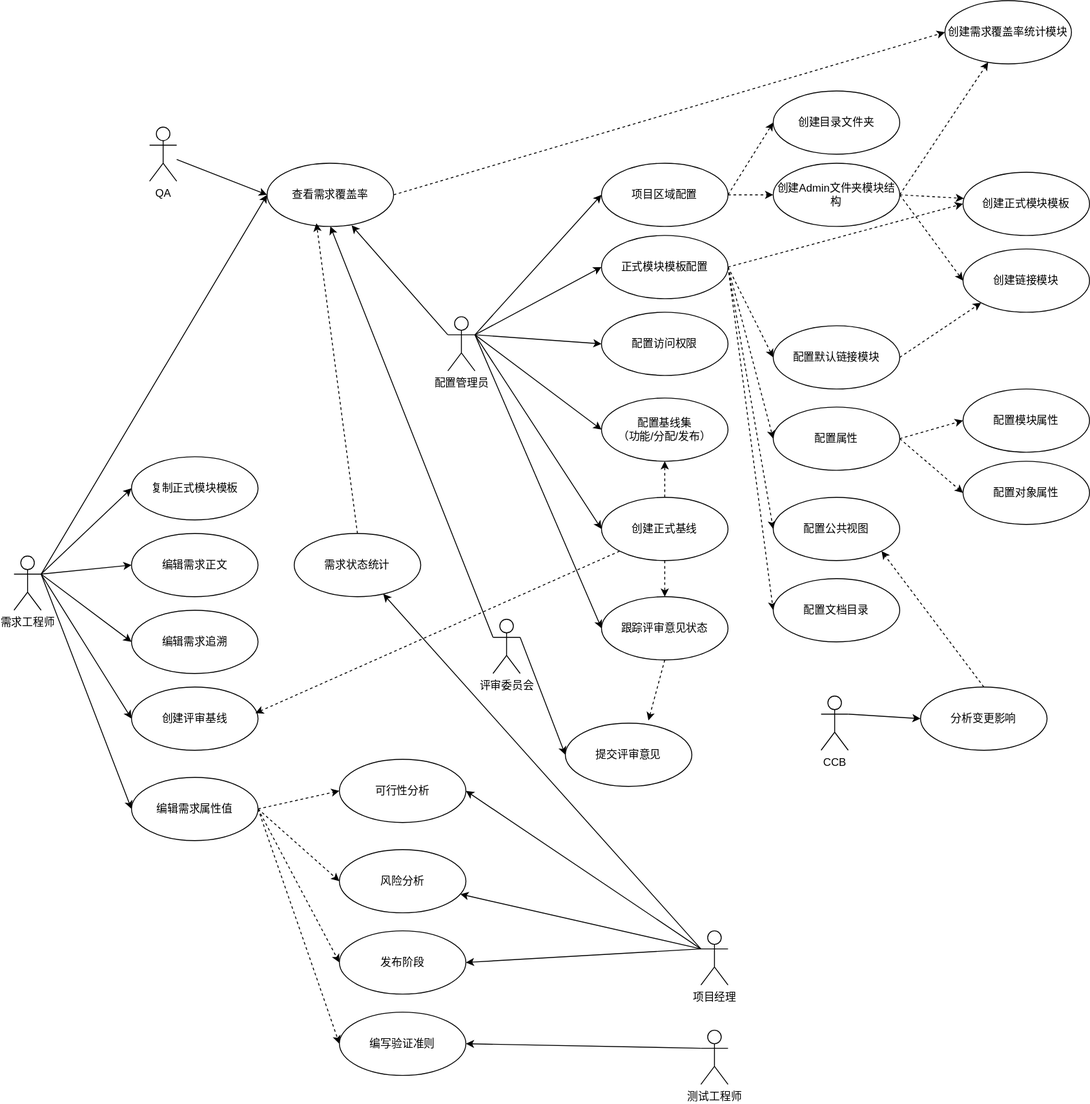
Before: UseCase.drawio.svg, a diagram exported from draw.io (Zeyue/DXL-Coverage). Source tidied: cells renumbered, new cells last; positions are measured from the earlier drawing's top-left corner, leaving out a move shared by most shapes.
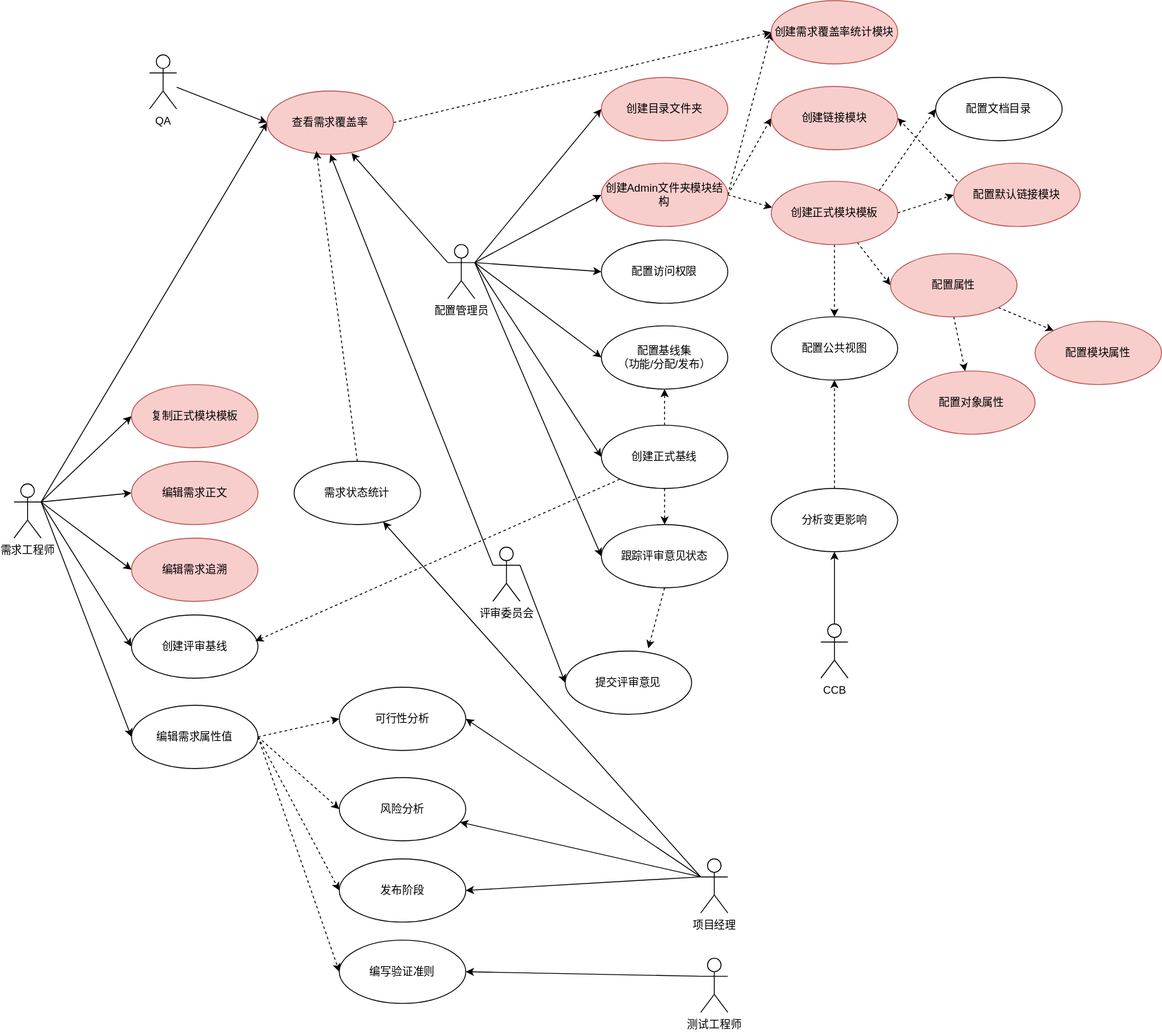
The same diagram one commit later.

Commit message:
更新未考虑“发布阶段”的概念设计图

The edit, as a diff of the source:
```diff
@@ -2,21 +2,9 @@
   <root>
     <mxCell id="0" />
     <mxCell id="1" parent="0" />
-    <mxCell id="2" style="edgeStyle=none;html=1;exitX=1;exitY=0.5;exitDx=0;exitDy=0;entryX=0;entryY=0.5;entryDx=0;entryDy=0;dashed=1;" parent="1" edge="1" source="4" target="13">
-      <mxGeometry relative="1" as="geometry" />
-    </mxCell>
-    <mxCell id="3" style="edgeStyle=none;html=1;exitX=1;exitY=0.5;exitDx=0;exitDy=0;entryX=0;entryY=0.5;entryDx=0;entryDy=0;dashed=1;" parent="1" edge="1" source="4" target="17">
-      <mxGeometry relative="1" as="geometry" />
-    </mxCell>
-    <mxCell id="4" value="项目区域配置" style="ellipse;whiteSpace=wrap;html=1;" parent="1" vertex="1">
-      <mxGeometry x="650" y="180" width="140" height="70" as="geometry" />
-    </mxCell>
-    <mxCell id="5" style="edgeStyle=none;html=1;exitX=1;exitY=0.3333333333333333;exitDx=0;exitDy=0;exitPerimeter=0;entryX=0;entryY=0.5;entryDx=0;entryDy=0;" parent="1" edge="1" source="12" target="4">
+    <mxCell id="5" style="edgeStyle=none;html=1;exitX=1;exitY=0.3333333333333333;exitDx=0;exitDy=0;exitPerimeter=0;entryX=0;entryY=0.5;entryDx=0;entryDy=0;" parent="1" edge="1" source="12" target="13">
       <mxGeometry relative="1" as="geometry" />
     </mxCell>
-    <mxCell id="6" style="edgeStyle=none;html=1;exitX=1;exitY=0.3333333333333333;exitDx=0;exitDy=0;exitPerimeter=0;entryX=0;entryY=0.5;entryDx=0;entryDy=0;" parent="1" edge="1" source="12" target="23">
-      <mxGeometry relative="1" as="geometry" />
-    </mxCell>
     <mxCell id="7" style="edgeStyle=none;html=1;exitX=1;exitY=0.3333333333333333;exitDx=0;exitDy=0;exitPerimeter=0;entryX=0;entryY=0.5;entryDx=0;entryDy=0;" parent="1" edge="1" source="12" target="36">
       <mxGeometry relative="1" as="geometry" />
     </mxCell>
@@ -32,11 +20,14 @@
     <mxCell id="11" style="edgeStyle=none;html=1;exitX=0;exitY=0.3333333333333333;exitDx=0;exitDy=0;exitPerimeter=0;entryX=0.668;entryY=0.983;entryDx=0;entryDy=0;entryPerimeter=0;" parent="1" edge="1" source="12" target="65">
       <mxGeometry relative="1" as="geometry" />
     </mxCell>
+    <mxCell id="85" style="edgeStyle=none;html=1;exitX=1;exitY=0.3333333333333333;exitDx=0;exitDy=0;exitPerimeter=0;entryX=0;entryY=0.5;entryDx=0;entryDy=0;" parent="1" edge="1" source="12" target="17">
+      <mxGeometry relative="1" as="geometry" />
+    </mxCell>
     <mxCell id="12" value="配置管理员" style="shape=umlActor;verticalLabelPosition=bottom;verticalAlign=top;html=1;" parent="1" vertex="1">
       <mxGeometry x="480" y="350" width="30" height="60" as="geometry" />
     </mxCell>
-    <mxCell id="13" value="创建目录文件夹" style="ellipse;whiteSpace=wrap;html=1;" parent="1" vertex="1">
-      <mxGeometry x="840" y="100" width="140" height="70" as="geometry" />
+    <mxCell id="13" value="创建目录文件夹" style="ellipse;whiteSpace=wrap;html=1;fillColor=#f8cecc;strokeColor=#b85450;" parent="1" vertex="1">
+      <mxGeometry x="650" y="165" width="140" height="70" as="geometry" />
     </mxCell>
     <mxCell id="14" style="edgeStyle=none;html=1;exitX=1;exitY=0.5;exitDx=0;exitDy=0;entryX=0.007;entryY=0.414;entryDx=0;entryDy=0;entryPerimeter=0;dashed=1;" parent="1" edge="1" source="17" target="24">
       <mxGeometry relative="1" as="geometry" />
@@ -44,65 +35,59 @@
     <mxCell id="15" style="edgeStyle=none;html=1;exitX=1;exitY=0.5;exitDx=0;exitDy=0;entryX=0;entryY=0.5;entryDx=0;entryDy=0;dashed=1;" parent="1" edge="1" source="17" target="25">
       <mxGeometry relative="1" as="geometry" />
     </mxCell>
-    <mxCell id="16" style="edgeStyle=none;html=1;exitX=1;exitY=0.5;exitDx=0;exitDy=0;dashed=1;" parent="1" edge="1" source="17" target="26">
+    <mxCell id="16" style="edgeStyle=none;html=1;exitX=1;exitY=0.5;exitDx=0;exitDy=0;dashed=1;entryX=0;entryY=0.5;entryDx=0;entryDy=0;" parent="1" edge="1" source="17" target="26">
       <mxGeometry relative="1" as="geometry" />
     </mxCell>
-    <mxCell id="17" value="创建Admin文件夹模块结构" style="ellipse;whiteSpace=wrap;html=1;" parent="1" vertex="1">
-      <mxGeometry x="840" y="180" width="140" height="70" as="geometry" />
+    <mxCell id="17" value="创建Admin文件夹模块结构" style="ellipse;whiteSpace=wrap;html=1;fillColor=#f8cecc;strokeColor=#b85450;" parent="1" vertex="1">
+      <mxGeometry x="650" y="260" width="140" height="70" as="geometry" />
     </mxCell>
-    <mxCell id="18" style="edgeStyle=none;html=1;exitX=1;exitY=0.5;exitDx=0;exitDy=0;entryX=0;entryY=0.5;entryDx=0;entryDy=0;dashed=1;" parent="1" edge="1" source="23" target="24">
-      <mxGeometry relative="1" as="geometry" />
-    </mxCell>
-    <mxCell id="19" style="edgeStyle=none;html=1;exitX=1;exitY=0.5;exitDx=0;exitDy=0;entryX=0;entryY=0.5;entryDx=0;entryDy=0;dashed=1;" parent="1" edge="1" source="23" target="31">
+    <mxCell id="19" style="edgeStyle=none;html=1;entryX=0;entryY=0.5;entryDx=0;entryDy=0;dashed=1;" parent="1" edge="1" source="24" target="31">
       <mxGeometry relative="1" as="geometry" />
     </mxCell>
-    <mxCell id="20" style="edgeStyle=none;html=1;exitX=1;exitY=0.5;exitDx=0;exitDy=0;entryX=0;entryY=0.5;entryDx=0;entryDy=0;dashed=1;" parent="1" edge="1" source="23" target="34">
+    <mxCell id="20" style="edgeStyle=none;html=1;exitX=1;exitY=0.5;exitDx=0;exitDy=0;entryX=0;entryY=0.5;entryDx=0;entryDy=0;dashed=1;" parent="1" edge="1" source="24" target="34">
       <mxGeometry relative="1" as="geometry" />
     </mxCell>
-    <mxCell id="21" style="edgeStyle=none;html=1;exitX=1;exitY=0.5;exitDx=0;exitDy=0;entryX=0;entryY=0.5;entryDx=0;entryDy=0;dashed=1;" parent="1" edge="1" source="23" target="32">
+    <mxCell id="21" style="edgeStyle=none;html=1;exitX=0.5;exitY=1;exitDx=0;exitDy=0;entryX=0.5;entryY=0;entryDx=0;entryDy=0;dashed=1;" parent="1" edge="1" source="24" target="32">
       <mxGeometry relative="1" as="geometry" />
     </mxCell>
-    <mxCell id="22" style="edgeStyle=none;html=1;exitX=1;exitY=0.5;exitDx=0;exitDy=0;entryX=0;entryY=0.5;entryDx=0;entryDy=0;dashed=1;" parent="1" edge="1" source="23" target="35">
+    <mxCell id="22" style="edgeStyle=none;html=1;exitX=1;exitY=0;exitDx=0;exitDy=0;entryX=0;entryY=0.5;entryDx=0;entryDy=0;dashed=1;" parent="1" edge="1" source="24" target="35">
       <mxGeometry relative="1" as="geometry" />
     </mxCell>
-    <mxCell id="23" value="正式模块模板配置" style="ellipse;whiteSpace=wrap;html=1;" parent="1" vertex="1">
-      <mxGeometry x="650" y="260" width="140" height="70" as="geometry" />
-    </mxCell>
-    <mxCell id="24" value="创建正式模块模板" style="ellipse;whiteSpace=wrap;html=1;" parent="1" vertex="1">
-      <mxGeometry x="1050" y="190" width="140" height="70" as="geometry" />
+    <mxCell id="24" value="创建正式模块模板" style="ellipse;whiteSpace=wrap;html=1;fillColor=#f8cecc;strokeColor=#b85450;" parent="1" vertex="1">
+      <mxGeometry x="838" y="280" width="140" height="70" as="geometry" />
     </mxCell>
-    <mxCell id="25" value="创建链接模块" style="ellipse;whiteSpace=wrap;html=1;" parent="1" vertex="1">
-      <mxGeometry x="1050" y="275" width="140" height="70" as="geometry" />
+    <mxCell id="25" value="创建链接模块" style="ellipse;whiteSpace=wrap;html=1;fillColor=#f8cecc;strokeColor=#b85450;" parent="1" vertex="1">
+      <mxGeometry x="838" y="175" width="140" height="70" as="geometry" />
     </mxCell>
-    <mxCell id="26" value="创建需求覆盖率统计模块" style="ellipse;whiteSpace=wrap;html=1;" parent="1" vertex="1">
-      <mxGeometry x="1030" width="140" height="70" as="geometry" />
+    <mxCell id="26" value="创建需求覆盖率统计模块" style="ellipse;whiteSpace=wrap;html=1;fillColor=#f8cecc;strokeColor=#b85450;" parent="1" vertex="1">
+      <mxGeometry x="838" y="80" width="140" height="70" as="geometry" />
     </mxCell>
-    <mxCell id="27" value="配置模块属性" style="ellipse;whiteSpace=wrap;html=1;" parent="1" vertex="1">
-      <mxGeometry x="1050" y="430" width="140" height="70" as="geometry" />
+    <mxCell id="27" value="配置模块属性" style="ellipse;whiteSpace=wrap;html=1;fillColor=#f8cecc;strokeColor=#b85450;" parent="1" vertex="1">
+      <mxGeometry x="1130" y="435" width="140" height="70" as="geometry" />
     </mxCell>
-    <mxCell id="28" value="配置对象属性" style="ellipse;whiteSpace=wrap;html=1;" parent="1" vertex="1">
-      <mxGeometry x="1050" y="510" width="140" height="70" as="geometry" />
+    <mxCell id="28" value="配置对象属性" style="ellipse;whiteSpace=wrap;html=1;fillColor=#f8cecc;strokeColor=#b85450;" parent="1" vertex="1">
+      <mxGeometry x="990" y="490" width="140" height="70" as="geometry" />
     </mxCell>
-    <mxCell id="29" style="edgeStyle=none;html=1;exitX=1;exitY=0.5;exitDx=0;exitDy=0;entryX=0;entryY=0.5;entryDx=0;entryDy=0;dashed=1;" parent="1" edge="1" source="31" target="27">
+    <mxCell id="29" style="edgeStyle=none;html=1;exitX=1;exitY=1;exitDx=0;exitDy=0;dashed=1;entryX=0;entryY=0;entryDx=0;entryDy=0;" parent="1" edge="1" source="31" target="27">
       <mxGeometry relative="1" as="geometry" />
     </mxCell>
-    <mxCell id="30" style="edgeStyle=none;html=1;exitX=1;exitY=0.5;exitDx=0;exitDy=0;entryX=0;entryY=0.5;entryDx=0;entryDy=0;dashed=1;" parent="1" edge="1" source="31" target="28">
+    <mxCell id="30" style="edgeStyle=none;html=1;exitX=0.5;exitY=1;exitDx=0;exitDy=0;dashed=1;" parent="1" edge="1" source="31" target="28">
       <mxGeometry relative="1" as="geometry" />
     </mxCell>
-    <mxCell id="31" value="配置属性" style="ellipse;whiteSpace=wrap;html=1;" parent="1" vertex="1">
-      <mxGeometry x="840" y="450" width="140" height="70" as="geometry" />
+    <mxCell id="31" value="配置属性" style="ellipse;whiteSpace=wrap;html=1;fillColor=#f8cecc;strokeColor=#b85450;" parent="1" vertex="1">
+      <mxGeometry x="970" y="360" width="140" height="70" as="geometry" />
     </mxCell>
     <mxCell id="32" value="配置公共视图" style="ellipse;whiteSpace=wrap;html=1;" parent="1" vertex="1">
-      <mxGeometry x="840" y="550" width="140" height="70" as="geometry" />
+      <mxGeometry x="838" y="430" width="140" height="70" as="geometry" />
     </mxCell>
-    <mxCell id="33" style="edgeStyle=none;html=1;exitX=1;exitY=0.5;exitDx=0;exitDy=0;entryX=0;entryY=1;entryDx=0;entryDy=0;dashed=1;" parent="1" edge="1" source="34" target="25">
+    <mxCell id="33" style="edgeStyle=none;html=1;exitX=0.029;exitY=0.286;exitDx=0;exitDy=0;entryX=1;entryY=0.5;entryDx=0;entryDy=0;dashed=1;exitPerimeter=0;" parent="1" edge="1" source="34" target="25">
       <mxGeometry relative="1" as="geometry" />
     </mxCell>
-    <mxCell id="34" value="配置默认链接模块" style="ellipse;whiteSpace=wrap;html=1;" parent="1" vertex="1">
-      <mxGeometry x="840" y="360" width="140" height="70" as="geometry" />
+    <mxCell id="34" value="配置默认链接模块" style="ellipse;whiteSpace=wrap;html=1;fillColor=#f8cecc;strokeColor=#b85450;" parent="1" vertex="1">
+      <mxGeometry x="1040" y="260" width="140" height="70" as="geometry" />
     </mxCell>
     <mxCell id="35" value="配置文档目录" style="ellipse;whiteSpace=wrap;html=1;" parent="1" vertex="1">
-      <mxGeometry x="840" y="640" width="140" height="70" as="geometry" />
+      <mxGeometry x="1020" y="165" width="140" height="70" as="geometry" />
     </mxCell>
     <mxCell id="36" value="配置访问权限" style="ellipse;whiteSpace=wrap;html=1;" parent="1" vertex="1">
       <mxGeometry x="650" y="345" width="140" height="70" as="geometry" />
@@ -128,10 +113,10 @@
     <mxCell id="43" value="需求工程师" style="shape=umlActor;verticalLabelPosition=bottom;verticalAlign=top;html=1;" parent="1" vertex="1">
       <mxGeometry y="615" width="30" height="60" as="geometry" />
     </mxCell>
-    <mxCell id="44" value="复制正式模块模板" style="ellipse;whiteSpace=wrap;html=1;" parent="1" vertex="1">
+    <mxCell id="44" value="复制正式模块模板" style="ellipse;whiteSpace=wrap;html=1;fillColor=#f8cecc;strokeColor=#b85450;" parent="1" vertex="1">
       <mxGeometry x="130" y="505" width="140" height="70" as="geometry" />
     </mxCell>
-    <mxCell id="45" value="编辑需求正文" style="ellipse;whiteSpace=wrap;html=1;" parent="1" vertex="1">
+    <mxCell id="45" value="编辑需求正文" style="ellipse;whiteSpace=wrap;html=1;fillColor=#f8cecc;strokeColor=#b85450;" parent="1" vertex="1">
       <mxGeometry x="130" y="590" width="140" height="70" as="geometry" />
     </mxCell>
     <mxCell id="46" style="edgeStyle=none;html=1;exitX=1;exitY=0.5;exitDx=0;exitDy=0;entryX=0;entryY=0.5;entryDx=0;entryDy=0;dashed=1;" parent="1" edge="1" source="50" target="81">
@@ -149,7 +134,7 @@
     <mxCell id="50" value="编辑需求属性值" style="ellipse;whiteSpace=wrap;html=1;" parent="1" vertex="1">
       <mxGeometry x="130" y="860" width="140" height="70" as="geometry" />
     </mxCell>
-    <mxCell id="51" value="编辑需求追溯" style="ellipse;whiteSpace=wrap;html=1;" parent="1" vertex="1">
+    <mxCell id="51" value="编辑需求追溯" style="ellipse;whiteSpace=wrap;html=1;fillColor=#f8cecc;strokeColor=#b85450;" parent="1" vertex="1">
       <mxGeometry x="130" y="675" width="140" height="70" as="geometry" />
     </mxCell>
     <mxCell id="52" value="创建评审基线" style="ellipse;whiteSpace=wrap;html=1;" parent="1" vertex="1">
@@ -191,7 +176,7 @@
     <mxCell id="64" style="edgeStyle=none;html=1;exitX=1;exitY=0.5;exitDx=0;exitDy=0;entryX=0;entryY=0.5;entryDx=0;entryDy=0;dashed=1;" parent="1" edge="1" source="65" target="26">
       <mxGeometry relative="1" as="geometry" />
     </mxCell>
-    <mxCell id="65" value="查看需求覆盖率" style="ellipse;whiteSpace=wrap;html=1;" parent="1" vertex="1">
+    <mxCell id="65" value="查看需求覆盖率" style="ellipse;whiteSpace=wrap;html=1;fillColor=#f8cecc;strokeColor=#b85450;" parent="1" vertex="1">
       <mxGeometry x="280" y="180" width="140" height="70" as="geometry" />
     </mxCell>
     <mxCell id="66" style="edgeStyle=none;html=1;entryX=0;entryY=0.5;entryDx=0;entryDy=0;" parent="1" edge="1" source="67" target="65">
@@ -200,17 +185,17 @@
     <mxCell id="67" value="QA" style="shape=umlActor;verticalLabelPosition=bottom;verticalAlign=top;html=1;" parent="1" vertex="1">
       <mxGeometry x="150" y="140" width="30" height="60" as="geometry" />
     </mxCell>
-    <mxCell id="68" style="edgeStyle=none;html=1;exitX=1;exitY=0.3333333333333333;exitDx=0;exitDy=0;exitPerimeter=0;entryX=0;entryY=0.5;entryDx=0;entryDy=0;" parent="1" edge="1" source="69" target="71">
+    <mxCell id="68" style="edgeStyle=none;html=1;exitX=0.5;exitY=0;exitDx=0;exitDy=0;exitPerimeter=0;" parent="1" edge="1" source="69" target="71">
       <mxGeometry relative="1" as="geometry" />
     </mxCell>
     <mxCell id="69" value="CCB" style="shape=umlActor;verticalLabelPosition=bottom;verticalAlign=top;html=1;" parent="1" vertex="1">
       <mxGeometry x="893" y="770" width="30" height="60" as="geometry" />
     </mxCell>
-    <mxCell id="70" style="edgeStyle=none;html=1;exitX=0.5;exitY=0;exitDx=0;exitDy=0;entryX=1;entryY=1;entryDx=0;entryDy=0;dashed=1;" parent="1" edge="1" source="71" target="32">
+    <mxCell id="70" style="edgeStyle=none;html=1;exitX=0.5;exitY=0;exitDx=0;exitDy=0;dashed=1;entryX=0.5;entryY=1;entryDx=0;entryDy=0;" parent="1" edge="1" source="71" target="32">
       <mxGeometry relative="1" as="geometry" />
     </mxCell>
     <mxCell id="71" value="分析变更影响" style="ellipse;whiteSpace=wrap;html=1;" parent="1" vertex="1">
-      <mxGeometry x="1003" y="760" width="140" height="70" as="geometry" />
+      <mxGeometry x="838" y="620" width="140" height="70" as="geometry" />
     </mxCell>
     <mxCell id="72" style="edgeStyle=none;html=1;exitX=0;exitY=0.3333333333333333;exitDx=0;exitDy=0;exitPerimeter=0;" parent="1" edge="1" source="76" target="78">
       <mxGeometry relative="1" as="geometry" />
```
